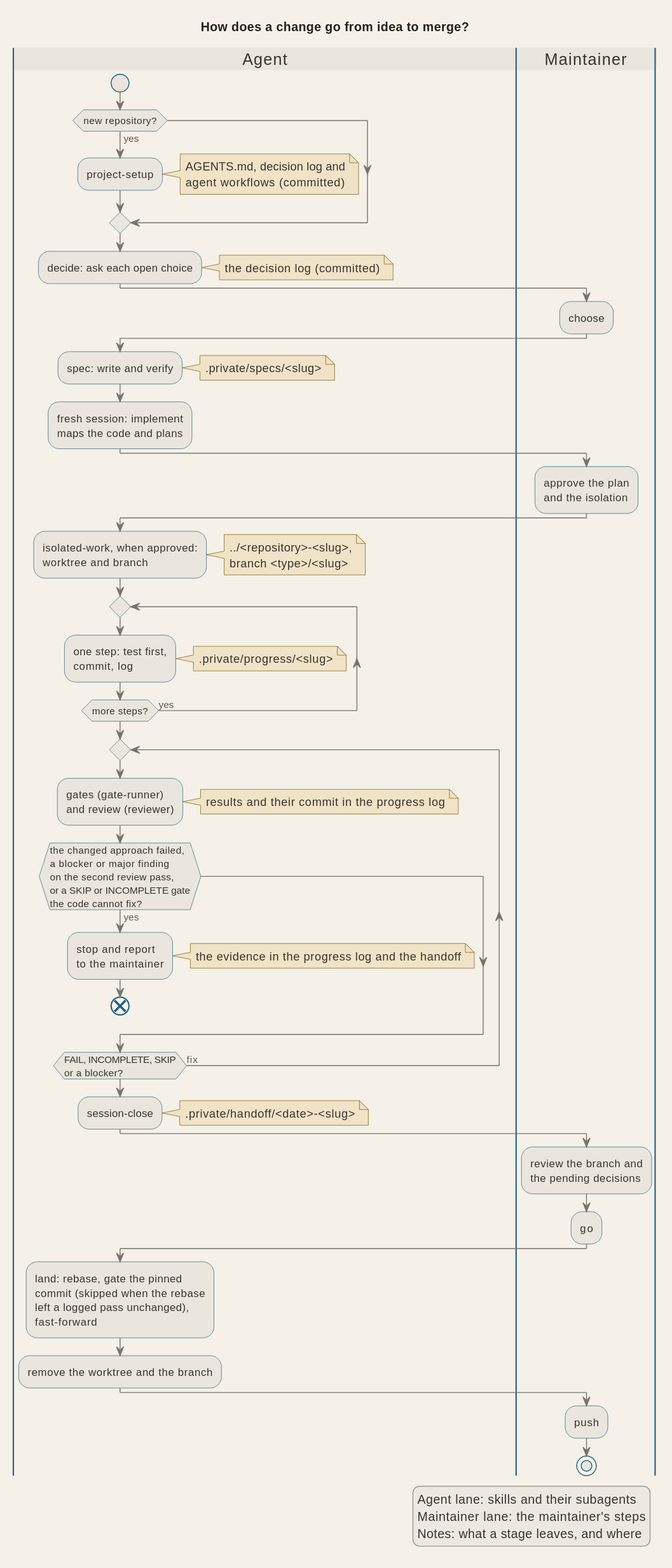
Above: docs/diagrams/pipeline_stages.svg in signorenne/dotagents (PlantUML), before the change. Its diagram source:
```plantuml
@startuml
!include palette.iuml
title How does a change go from idea to merge?

|Agent|
start
if (new repository?) then (yes)
  :project-setup;
  note right
    AGENTS.md, decision log and
    agent workflows (committed)
  end note
endif
:decide: ask each open choice;
note right : the decision log (committed)
|Maintainer|
:choose;
|Agent|
:spec: write and verify;
note right : .private/specs/<slug>
:fresh session: implement
maps the code and plans;
|Maintainer|
:approve the plan
and the isolation;
|Agent|
:isolated-work, when approved:
worktree and branch;
note right
  ../<repository>-<slug>,
  branch <type>/<slug>
end note
repeat
  :one step: test first,
  commit, log;
  note right : .private/progress/<slug>
repeat while (more steps?) is (yes)
repeat
  :gates (gate-runner)
  and review (reviewer);
  note right : results and their commit in the progress log
  if (the changed approach failed,\na blocker or major finding\non the second review pass,\nor a SKIP or INCOMPLETE gate\nthe code cannot fix?) then (yes)
    :stop and report
    to the maintainer;
    note right : the evidence in the progress log and the handoff
    end
  endif
repeat while (FAIL, INCOMPLETE, SKIP\nor a blocker?) is (fix)
:session-close;
note right : .private/handoff/<date>-<slug>
|Maintainer|
:review the branch and
the pending decisions;
:go;
|Agent|
:land: rebase, gate the pinned
commit (skipped when the rebase
left a logged pass unchanged),
fast-forward;
:remove the worktree and the branch;
|Maintainer|
:push;
stop

legend right
  Agent lane: skills and their subagents
  Maintainer lane: the maintainer's steps
  Notes: what a stage leaves, and where
endlegend
@enduml
```
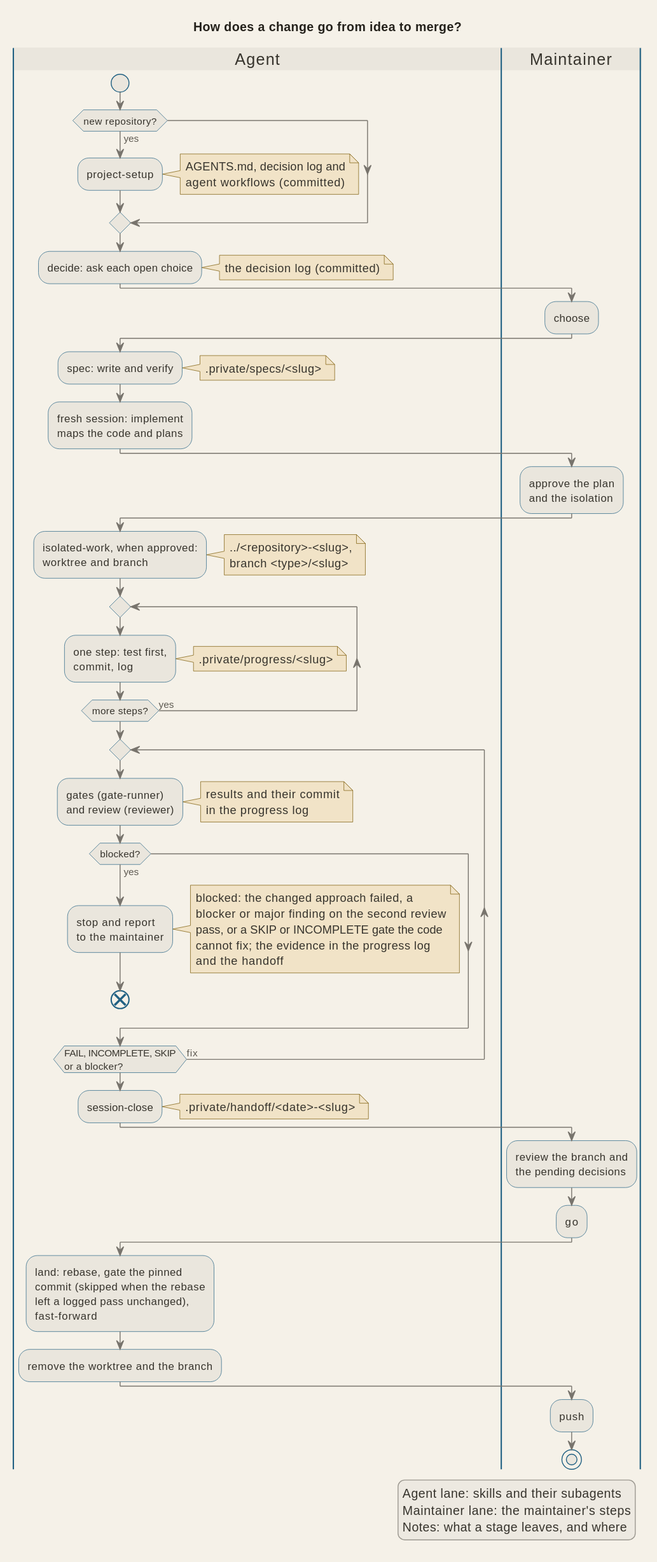
The same diagram one commit later.

Commit message:
docs(diagrams): shorten the blocked condition of the pipeline diagram and move its detail to a note

Change to the diagram source:
```diff
@@ -38,11 +38,17 @@
 repeat
   :gates (gate-runner)
   and review (reviewer);
-  note right : results and their commit in the progress log
-  if (the changed approach failed,\na blocker or major finding\non the second review pass,\nor a SKIP or INCOMPLETE gate\nthe code cannot fix?) then (yes)
+  note right : results and their commit\nin the progress log
+  if (blocked?) then (yes)
     :stop and report
     to the maintainer;
-    note right : the evidence in the progress log and the handoff
+    note right
+      blocked: the changed approach failed, a
+      blocker or major finding on the second review
+      pass, or a SKIP or INCOMPLETE gate the code
+      cannot fix; the evidence in the progress log
+      and the handoff
+    end note
     end
   endif
 repeat while (FAIL, INCOMPLETE, SKIP\nor a blocker?) is (fix)
```
